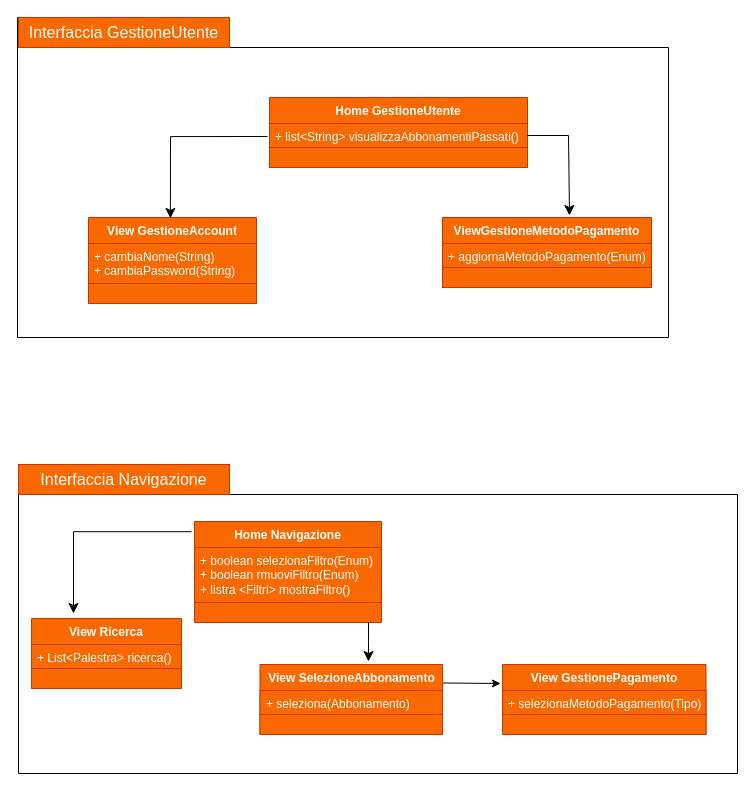
This is Diagrammi_Package/Classi/DPackageGestU.drawio from JosephBoom02/Progetto_Ingegneria_del_Software, a draw.io file, before an edit. Source tidied: cells renumbered, new cells numbered last; positions are measured from the earlier drawing's top-left corner, leaving out a move shared by most shapes. Both pictures are drawn from the tidied source at 100%, with x=0, y=0 at pixel (17, 17).
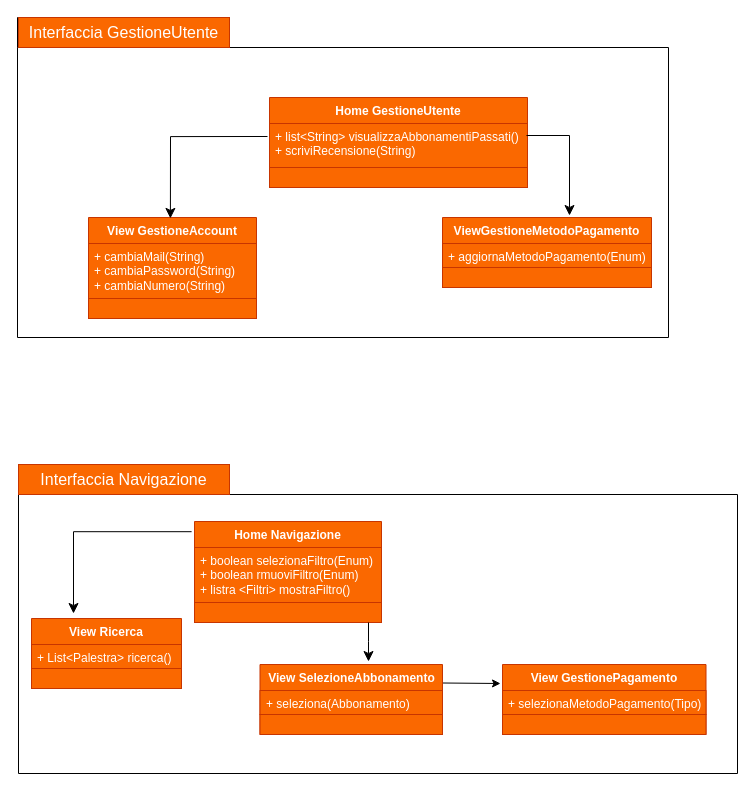
The same diagram, later.

Diff of the diagram source:
```diff
@@
     <mxCell id="5" value="&lt;font color=&quot;#ffffff&quot;&gt;View GestioneAccount&lt;br&gt;&lt;/font&gt;" style="swimlane;fontStyle=1;align=center;verticalAlign=top;horizontal=1;startSize=26;whiteSpace=wrap;html=1;fillColor=#fa6800;fontColor=#000000;strokeColor=#C73500;" parent="1" vertex="1">
-      <mxGeometry x="71" y="200" width="168" height="86" as="geometry" />
+      <mxGeometry x="71" y="200" width="168" height="101" as="geometry" />
     </mxCell>
-    <mxCell id="6" value="&lt;font color=&quot;#ffffff&quot;&gt;+ cambiaNome(String)&lt;/font&gt;&lt;div&gt;&lt;font color=&quot;#ffffff&quot;&gt;+ cambiaPassword(String)&lt;/font&gt;&lt;/div&gt;" style="text;strokeColor=#C73500;fillColor=#fa6800;align=left;verticalAlign=top;spacingLeft=4;spacingRight=4;overflow=hidden;whiteSpace=wrap;html=1;fontColor=#000000;" parent="5" vertex="1">
-      <mxGeometry y="26" width="168" height="40" as="geometry" />
+    <mxCell id="6" value="&lt;font color=&quot;#ffffff&quot;&gt;+ cambiaMail(String)&lt;/font&gt;&lt;div&gt;&lt;font color=&quot;#ffffff&quot;&gt;+ cambiaPassword(String)&lt;/font&gt;&lt;/div&gt;&lt;div&gt;&lt;font color=&quot;#ffffff&quot;&gt;+ cambiaNumero(String)&lt;/font&gt;&lt;/div&gt;" style="text;strokeColor=#C73500;fillColor=#fa6800;align=left;verticalAlign=top;spacingLeft=4;spacingRight=4;overflow=hidden;whiteSpace=wrap;html=1;fontColor=#000000;" parent="5" vertex="1">
+      <mxGeometry y="26" width="168" height="55" as="geometry" />
     </mxCell>
     <mxCell id="7" style="line;strokeWidth=1;fillColor=#fa6800;align=left;verticalAlign=middle;spacingTop=-1;spacingLeft=3;spacingRight=3;labelPosition=right;strokeColor=#FF8000;fontColor=#000000;" parent="5" vertex="1">
-      <mxGeometry y="66" width="168" as="geometry" />
+      <mxGeometry y="81" width="168" as="geometry" />
     </mxCell>
     <mxCell id="8" value="&lt;div&gt;&lt;br&gt;&lt;/div&gt;&lt;div&gt;&lt;br&gt;&lt;/div&gt;" style="text;strokeColor=#C73500;fillColor=#fa6800;align=left;verticalAlign=top;spacingLeft=4;spacingRight=4;overflow=hidden;whiteSpace=wrap;html=1;fontColor=#000000;" parent="5" vertex="1">
-      <mxGeometry y="66" width="168" height="20" as="geometry" />
+      <mxGeometry y="81" width="168" height="20" as="geometry" />
     </mxCell>
@@
     <mxCell id="13" value="&lt;font color=&quot;#ffffff&quot;&gt;Home GestioneUtente&lt;br&gt;&lt;/font&gt;" style="swimlane;fontStyle=1;align=center;verticalAlign=top;horizontal=1;startSize=26;whiteSpace=wrap;html=1;fillColor=#fa6800;fontColor=#000000;strokeColor=#C73500;" parent="1" vertex="1">
-      <mxGeometry x="252" y="80" width="258" height="70" as="geometry" />
+      <mxGeometry x="252" y="80" width="258" height="90" as="geometry" />
     </mxCell>
-    <mxCell id="14" value="&lt;font color=&quot;#ffffff&quot;&gt;+ list&amp;lt;String&amp;gt; visualizzaAbbonamentiPassati()&lt;/font&gt;" style="text;strokeColor=#C73500;fillColor=#fa6800;align=left;verticalAlign=top;spacingLeft=4;spacingRight=4;overflow=hidden;points=[[0,0.5],[1,0.5]];portConstraint=eastwest;whiteSpace=wrap;html=1;fontColor=#000000;" parent="13" vertex="1">
-      <mxGeometry y="26" width="258" height="24" as="geometry" />
+    <mxCell id="14" value="&lt;font color=&quot;#ffffff&quot;&gt;+ list&amp;lt;String&amp;gt; visualizzaAbbonamentiPassati()&lt;/font&gt;&lt;div&gt;&lt;font color=&quot;#ffffff&quot;&gt;+ scriviRecensione(String)&lt;/font&gt;&lt;/div&gt;" style="text;strokeColor=#C73500;fillColor=#fa6800;align=left;verticalAlign=top;spacingLeft=4;spacingRight=4;overflow=hidden;points=[[0,0.5],[1,0.5]];portConstraint=eastwest;whiteSpace=wrap;html=1;fontColor=#000000;" parent="13" vertex="1">
+      <mxGeometry y="26" width="258" height="44" as="geometry" />
     </mxCell>
     <mxCell id="15" style="line;strokeWidth=1;fillColor=#fa6800;align=left;verticalAlign=middle;spacingTop=-1;spacingLeft=3;spacingRight=3;labelPosition=right;strokeColor=#FF8000;fontColor=#000000;" parent="13" vertex="1">
-      <mxGeometry y="50" width="258" as="geometry" />
+      <mxGeometry y="70" width="258" as="geometry" />
     </mxCell>
     <mxCell id="16" value="&lt;div&gt;&lt;br&gt;&lt;/div&gt;&lt;div&gt;&lt;br&gt;&lt;/div&gt;" style="text;strokeColor=#C73500;fillColor=#fa6800;align=left;verticalAlign=top;spacingLeft=4;spacingRight=4;overflow=hidden;whiteSpace=wrap;html=1;fontColor=#000000;" parent="13" vertex="1">
-      <mxGeometry y="50" width="258" height="20" as="geometry" />
+      <mxGeometry y="70" width="258" height="20" as="geometry" />
     </mxCell>
-    <mxCell id="17" style="edgeStyle=none;curved=0;rounded=0;jettySize=auto;html=1;exitX=1;exitY=0.5;exitDx=0;exitDy=0;fontSize=12;startSize=8;endSize=8;" parent="1" edge="1" source="14">
+    <mxCell id="17" style="edgeStyle=none;curved=0;rounded=0;orthogonalLoop=1;jettySize=auto;html=1;fontSize=12;startSize=8;endSize=8;" parent="1" edge="1">
       <mxGeometry relative="1" as="geometry">
+        <mxPoint x="509" y="118" as="sourcePoint" />
         <mxPoint x="552" y="198" as="targetPoint" />
         <Array as="points">
-          <mxPoint x="551" y="118" />
+          <mxPoint x="552" y="118" />
         </Array>
       </mxGeometry>
     </mxCell>
```
